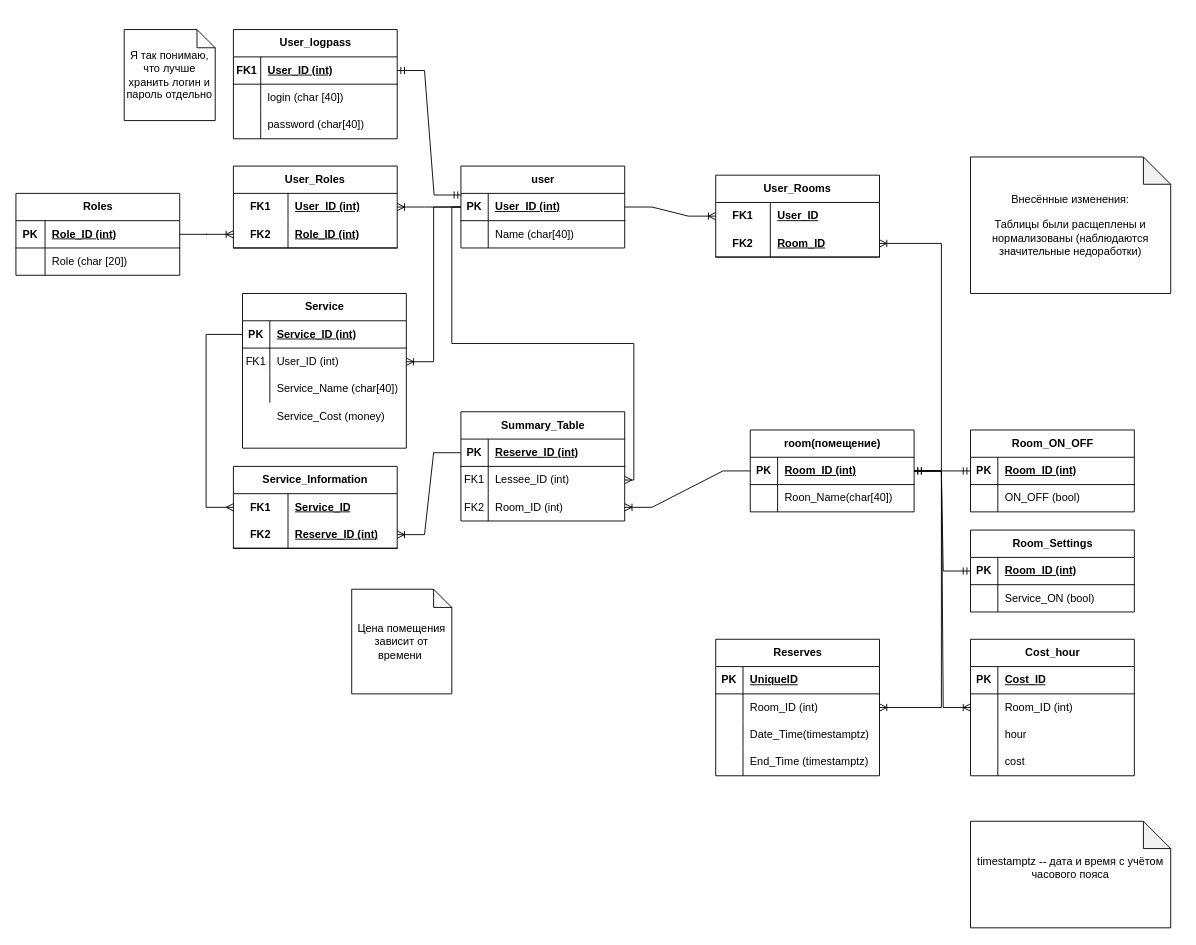
Earlier version of the draw.io diagram Диаграмма без названия.drawio (wsur/reserve_io). Source tidied: cells renumbered, new cells numbered last; positions are measured from the earlier drawing's top-left corner, leaving out a move shared by most shapes. Both pictures are drawn from the tidied source at 91%, with x=0, y=0 at pixel (15, 29).
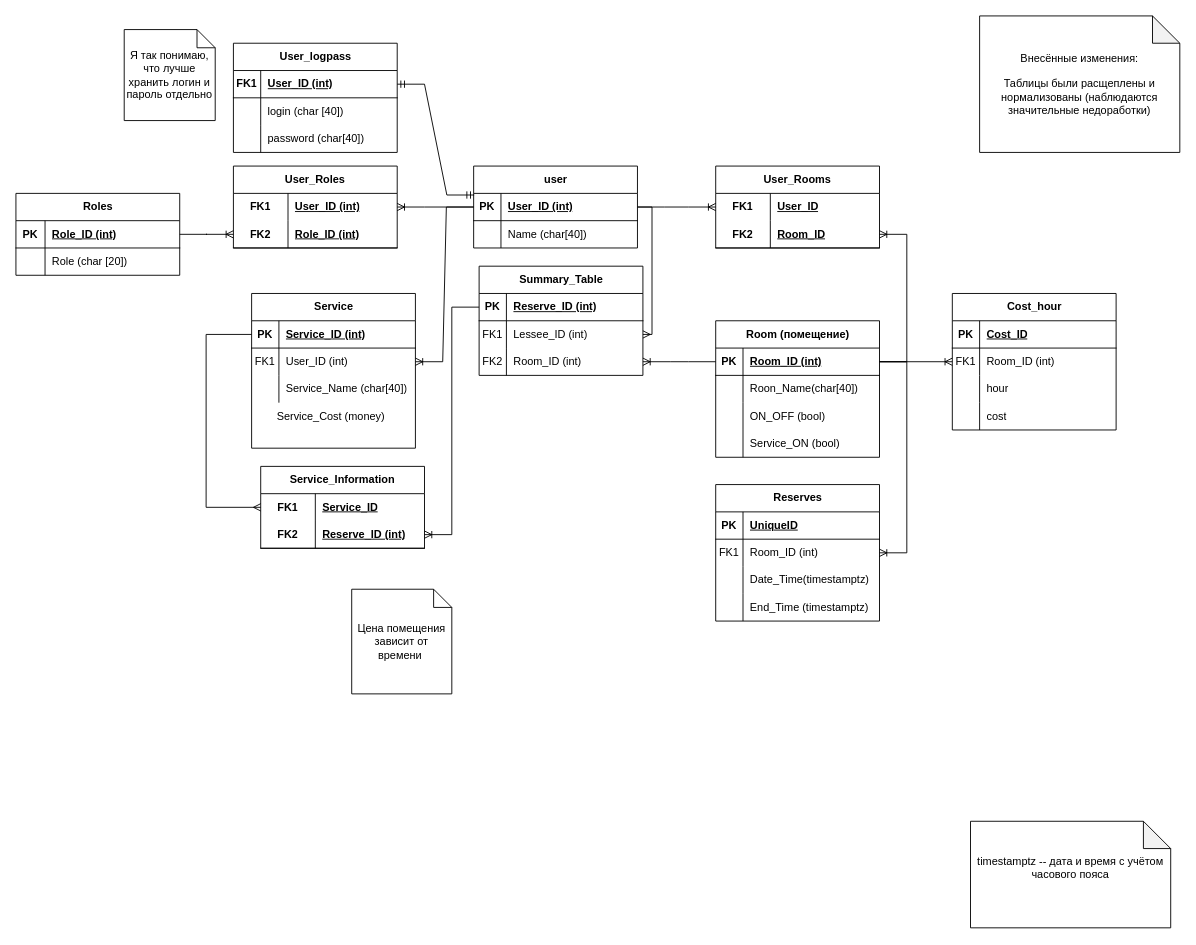
The same page after the edit.

Commit message:
Обновлены связи у таблиц и переделана Room

The change refers to these unchanged cells:
```xml
<mxCell id="10" style="shape=tableRow;horizontal=0;startSize=0;swimlaneHead=0;swimlaneBody=0;fillColor=none;points=[[0,0.5],[1,0.5]];portConstraint=eastwest;top=0;left=0;right=0;bottom=0;" parent="3" vertex="1">
  <mxGeometry y="90" width="180" height="30" as="geometry" />
</mxCell>
<mxCell id="83" style="shape=tableRow;horizontal=0;startSize=0;swimlaneHead=0;swimlaneBody=0;fillColor=none;points=[[0,0.5],[1,0.5]];portConstraint=eastwest;top=0;left=0;right=0;bottom=0;" parent="79" vertex="1">
  <mxGeometry y="60" width="180" height="30" as="geometry" />
</mxCell>
<mxCell id="96" style="shape=tableRow;horizontal=0;startSize=0;swimlaneHead=0;swimlaneBody=0;fillColor=none;points=[[0,0.5],[1,0.5]];portConstraint=eastwest;top=0;left=0;right=0;bottom=0;" parent="92" vertex="1">
  <mxGeometry y="60" width="180" height="30" as="geometry" />
</mxCell>
<mxCell id="144" style="shape=tableRow;horizontal=0;startSize=0;swimlaneHead=0;swimlaneBody=0;fillColor=none;points=[[0,0.5],[1,0.5]];portConstraint=eastwest;top=0;left=0;right=0;bottom=1;html=1;" parent="140" vertex="1">
  <mxGeometry y="60" width="180" height="30" as="geometry" />
</mxCell>
```

Change to the diagram source:
```diff
@@
     <mxCell id="2" value="Внесённые изменения:&lt;br&gt;&lt;div&gt;&lt;br&gt;Таблицы были расщеплены и нормализованы (наблюдаются значительные недоработки)&lt;/div&gt;" style="shape=note;whiteSpace=wrap;html=1;backgroundOutline=1;darkOpacity=0.05;" parent="1" vertex="1">
-      <mxGeometry x="1049" y="140" width="220" height="150" as="geometry" />
+      <mxGeometry x="1059" y="-15" width="220" height="150" as="geometry" />
     </mxCell>
     <mxCell id="3" value="Summary_Table" style="shape=table;startSize=30;childLayout=tableLayout;rowLines=0;fontStyle=1;align=center;html=1;" parent="1" vertex="1">
-      <mxGeometry x="489" y="420" width="180" height="120" as="geometry" />
+      <mxGeometry x="509" y="260" width="180" height="120" as="geometry" />
     </mxCell>
@@
     <mxCell id="13" style="group;" parent="1" vertex="1">
-      <mxGeometry x="489" y="150" width="180" height="90" as="geometry" />
+      <mxGeometry x="503" y="150" width="180" height="90" as="geometry" />
     </mxCell>
@@
     <mxCell id="29" value="Service_Information" style="shape=table;startSize=30;childLayout=tableLayout;rowLines=0;fontStyle=1;align=center;html=1;whiteSpace=wrap;" parent="1" vertex="1">
-      <mxGeometry x="239" y="480" width="180" height="90" as="geometry" />
+      <mxGeometry x="269" y="480" width="180" height="90" as="geometry" />
     </mxCell>
@@
-    <mxCell id="37" value="Room_ON_OFF" style="shape=table;startSize=30;childLayout=tableLayout;rowLines=0;fontStyle=1;align=center;html=1;" parent="1" vertex="1">
-      <mxGeometry x="1049" y="440" width="180" height="90" as="geometry" />
-    </mxCell>
-    <mxCell id="38" style="shape=tableRow;horizontal=0;startSize=0;swimlaneHead=0;swimlaneBody=0;fillColor=none;points=[[0,0.5],[1,0.5]];portConstraint=eastwest;top=0;left=0;right=0;bottom=1;" parent="37" vertex="1">
-      <mxGeometry y="30" width="180" height="30" as="geometry" />
-    </mxCell>
-    <mxCell id="39" value="PK" style="shape=partialRectangle;fillColor=none;top=0;left=0;bottom=0;right=0;fontStyle=1;overflow=hidden;whiteSpace=wrap;html=1;" parent="38" vertex="1">
-      <mxGeometry width="30" height="30" as="geometry" />
-    </mxCell>
-    <mxCell id="40" value="Room_ID (int)" style="shape=partialRectangle;fillColor=none;top=0;left=0;bottom=0;right=0;align=left;spacingLeft=6;fontStyle=5;overflow=hidden;whiteSpace=wrap;html=1;" parent="38" vertex="1">
-      <mxGeometry x="30" width="150" height="30" as="geometry" />
-    </mxCell>
-    <mxCell id="41" style="shape=tableRow;horizontal=0;startSize=0;swimlaneHead=0;swimlaneBody=0;fillColor=none;top=0;left=0;right=0;bottom=0;" parent="37" vertex="1">
-      <mxGeometry y="60" width="180" height="30" as="geometry" />
-    </mxCell>
-    <mxCell id="42" style="shape=partialRectangle;fillColor=none;top=0;left=0;bottom=0;right=0;overflow=hidden;whiteSpace=wrap;html=1;" parent="41" vertex="1">
-      <mxGeometry width="30" height="30" as="geometry" />
-    </mxCell>
-    <mxCell id="43" value="ON_OFF (bool)" style="shape=partialRectangle;fillColor=none;top=0;left=0;bottom=0;right=0;align=left;spacingLeft=6;overflow=hidden;whiteSpace=wrap;html=1;" parent="41" vertex="1">
-      <mxGeometry x="30" width="150" height="30" as="geometry" />
-    </mxCell>
-    <mxCell id="44" style="edgeStyle=entityRelationEdgeStyle;fontSize=12;html=1;endArrow=ERmandOne;startArrow=ERmandOne;rounded=0;exitX=1;exitY=0.5;exitDx=0;exitDy=0;" parent="1" edge="1" source="48" target="38">
-      <mxGeometry relative="1" as="geometry" />
-    </mxCell>
-    <mxCell id="45" style="group;" parent="1" vertex="1">
-      <mxGeometry x="807" y="440" width="180" height="90" as="geometry" />
-    </mxCell>
-    <mxCell id="46" style="group;" parent="45" vertex="1">
-      <mxGeometry width="180" height="90" as="geometry" />
-    </mxCell>
-    <mxCell id="47" value="room(помещение)" style="shape=table;startSize=30;childLayout=tableLayout;rowLines=0;fontStyle=1;align=center;html=1;" parent="46" vertex="1">
-      <mxGeometry width="180" height="90" as="geometry" />
-    </mxCell>
-    <mxCell id="48" style="shape=tableRow;horizontal=0;startSize=0;swimlaneHead=0;swimlaneBody=0;fillColor=none;points=[[0,0.5],[1,0.5]];portConstraint=eastwest;top=0;left=0;right=0;bottom=1;" parent="47" vertex="1">
-      <mxGeometry y="30" width="180" height="30" as="geometry" />
-    </mxCell>
-    <mxCell id="49" value="PK" style="shape=partialRectangle;fillColor=none;top=0;left=0;bottom=0;right=0;fontStyle=1;overflow=hidden;whiteSpace=wrap;html=1;" parent="48" vertex="1">
-      <mxGeometry width="30" height="30" as="geometry" />
-    </mxCell>
-    <mxCell id="50" value="Room_ID (int)" style="shape=partialRectangle;fillColor=none;top=0;left=0;bottom=0;right=0;align=left;spacingLeft=6;fontStyle=5;overflow=hidden;whiteSpace=wrap;html=1;" parent="48" vertex="1">
-      <mxGeometry x="30" width="150" height="30" as="geometry" />
-    </mxCell>
-    <mxCell id="51" style="shape=tableRow;horizontal=0;startSize=0;swimlaneHead=0;swimlaneBody=0;fillColor=none;top=0;left=0;right=0;bottom=0;" parent="47" vertex="1">
-      <mxGeometry y="60" width="180" height="30" as="geometry" />
-    </mxCell>
-    <mxCell id="52" style="shape=partialRectangle;fillColor=none;top=0;left=0;bottom=0;right=0;overflow=hidden;whiteSpace=wrap;html=1;" parent="51" vertex="1">
-      <mxGeometry width="30" height="30" as="geometry" />
-    </mxCell>
-    <mxCell id="53" value="Roon_Name(char[40])" style="shape=partialRectangle;fillColor=none;top=0;left=0;bottom=0;right=0;align=left;spacingLeft=6;overflow=hidden;whiteSpace=wrap;html=1;" parent="51" vertex="1">
-      <mxGeometry x="30" width="150" height="30" as="geometry" />
-    </mxCell>
-    <mxCell id="54" style="shape=partialRectangle;fillColor=none;top=0;left=0;bottom=0;right=0;overflow=hidden;whiteSpace=wrap;html=1;" parent="46" vertex="1">
-      <mxGeometry y="49.2" width="30" height="10.5" as="geometry" />
-    </mxCell>
-    <mxCell id="55" style="shape=partialRectangle;fillColor=none;top=0;left=0;bottom=0;right=0;align=left;spacingLeft=6;overflow=hidden;whiteSpace=wrap;html=1;" parent="46" vertex="1">
-      <mxGeometry x="30" y="54" width="150" height="10.5" as="geometry" />
-    </mxCell>
-    <mxCell id="56" style="shape=partialRectangle;fillColor=none;top=0;left=0;bottom=0;right=0;overflow=hidden;whiteSpace=wrap;html=1;" parent="46" vertex="1">
-      <mxGeometry y="59.7" width="30" height="10.5" as="geometry" />
-    </mxCell>
-    <mxCell id="57" style="shape=tableRow;horizontal=0;startSize=0;swimlaneHead=0;swimlaneBody=0;fillColor=none;top=0;left=0;right=0;bottom=0;" parent="45" vertex="1">
-      <mxGeometry y="74.3" width="180" height="11.7" as="geometry" />
-    </mxCell>
-    <mxCell id="58" style="shape=partialRectangle;fillColor=none;top=0;left=0;bottom=0;right=0;overflow=hidden;whiteSpace=wrap;html=1;" parent="57" vertex="1">
-      <mxGeometry width="30" height="11.7" as="geometry" />
-    </mxCell>
-    <mxCell id="59" value="Room_Settings" style="shape=table;startSize=30;childLayout=tableLayout;rowLines=0;fontStyle=1;align=center;html=1;" parent="1" vertex="1">
-      <mxGeometry x="1049" y="550" width="180" height="90" as="geometry" />
-    </mxCell>
-    <mxCell id="60" style="shape=tableRow;horizontal=0;startSize=0;swimlaneHead=0;swimlaneBody=0;fillColor=none;points=[[0,0.5],[1,0.5]];portConstraint=eastwest;top=0;left=0;right=0;bottom=1;" parent="59" vertex="1">
-      <mxGeometry y="30" width="180" height="30" as="geometry" />
-    </mxCell>
-    <mxCell id="61" value="PK" style="shape=partialRectangle;fillColor=none;top=0;left=0;bottom=0;right=0;fontStyle=1;overflow=hidden;whiteSpace=wrap;html=1;" parent="60" vertex="1">
-      <mxGeometry width="30" height="30" as="geometry" />
-    </mxCell>
-    <mxCell id="62" value="Room_ID (int)" style="shape=partialRectangle;fillColor=none;top=0;left=0;bottom=0;right=0;align=left;spacingLeft=6;fontStyle=5;overflow=hidden;whiteSpace=wrap;html=1;" parent="60" vertex="1">
-      <mxGeometry x="30" width="150" height="30" as="geometry" />
-    </mxCell>
-    <mxCell id="63" style="shape=tableRow;horizontal=0;startSize=0;swimlaneHead=0;swimlaneBody=0;fillColor=none;top=0;left=0;right=0;bottom=0;" parent="59" vertex="1">
-      <mxGeometry y="60" width="180" height="30" as="geometry" />
-    </mxCell>
-    <mxCell id="64" style="shape=partialRectangle;fillColor=none;top=0;left=0;bottom=0;right=0;overflow=hidden;whiteSpace=wrap;html=1;" parent="63" vertex="1">
-      <mxGeometry width="30" height="30" as="geometry" />
-    </mxCell>
-    <mxCell id="65" value="Service_ON (bool)" style="shape=partialRectangle;fillColor=none;top=0;left=0;bottom=0;right=0;align=left;spacingLeft=6;overflow=hidden;whiteSpace=wrap;html=1;" parent="63" vertex="1">
-      <mxGeometry x="30" width="150" height="30" as="geometry" />
-    </mxCell>
-    <mxCell id="66" style="edgeStyle=entityRelationEdgeStyle;fontSize=12;html=1;endArrow=ERmandOne;startArrow=ERmandOne;rounded=0;" parent="1" edge="1" source="48" target="60">
-      <mxGeometry relative="1" as="geometry" />
-    </mxCell>
     <mxCell id="67" value="Service" style="shape=table;startSize=30;childLayout=tableLayout;rowLines=0;fontStyle=1;align=center;html=1;" parent="1" vertex="1">
-      <mxGeometry x="249" y="290" width="180" height="170" as="geometry" />
+      <mxGeometry x="259" y="290" width="180" height="170" as="geometry" />
     </mxCell>
@@
     <mxCell id="79" value="Reserves" style="shape=table;startSize=30;childLayout=tableLayout;rowLines=0;fontStyle=1;align=center;html=1;" parent="1" vertex="1">
-      <mxGeometry x="769" y="670" width="180" height="150" as="geometry" />
+      <mxGeometry x="769" y="500" width="180" height="150" as="geometry" />
     </mxCell>
@@
-    <mxCell id="84" style="shape=partialRectangle;fillColor=none;top=0;left=0;bottom=0;right=0;overflow=hidden;whiteSpace=wrap;html=1;" parent="83" vertex="1">
+    <mxCell id="84" value="FK1" style="shape=partialRectangle;fillColor=none;top=0;left=0;bottom=0;right=0;overflow=hidden;whiteSpace=wrap;html=1;" parent="83" vertex="1">
       <mxGeometry width="30" height="30" as="geometry" />
     </mxCell>
@@
     <mxCell id="92" value="Cost_hour" style="shape=table;startSize=30;childLayout=tableLayout;rowLines=0;fontStyle=1;align=center;html=1;" parent="1" vertex="1">
-      <mxGeometry x="1049" y="670" width="180" height="150" as="geometry" />
+      <mxGeometry x="1029" y="290" width="180" height="150" as="geometry" />
     </mxCell>
@@
-    <mxCell id="97" style="shape=partialRectangle;fillColor=none;top=0;left=0;bottom=0;right=0;overflow=hidden;whiteSpace=wrap;html=1;" parent="96" vertex="1">
+    <mxCell id="97" value="FK1" style="shape=partialRectangle;fillColor=none;top=0;left=0;bottom=0;right=0;overflow=hidden;whiteSpace=wrap;html=1;" parent="96" vertex="1">
       <mxGeometry width="30" height="30" as="geometry" />
     </mxCell>
@@
-    <mxCell id="106" style="edgeStyle=entityRelationEdgeStyle;fontSize=12;html=1;endArrow=ERoneToMany;rounded=0;" parent="1" edge="1" source="48" target="83">
+    <mxCell id="106" style="edgeStyle=entityRelationEdgeStyle;fontSize=12;html=1;endArrow=ERoneToMany;rounded=0;" parent="1" edge="1" source="150" target="83">
       <mxGeometry relative="1" as="geometry" />
     </mxCell>
-    <mxCell id="107" style="edgeStyle=entityRelationEdgeStyle;fontSize=12;html=1;endArrow=ERoneToMany;rounded=0;" parent="1" edge="1" source="48" target="96">
+    <mxCell id="107" style="edgeStyle=entityRelationEdgeStyle;fontSize=12;html=1;endArrow=ERoneToMany;rounded=0;" parent="1" edge="1" source="150" target="96">
       <mxGeometry relative="1" as="geometry" />
     </mxCell>
     <mxCell id="108" value="User_logpass" style="shape=table;startSize=30;childLayout=tableLayout;rowLines=0;fontStyle=1;align=center;html=1;" parent="1" vertex="1">
-      <mxGeometry x="239" width="180" height="120" as="geometry" />
+      <mxGeometry x="239" y="15" width="180" height="120" as="geometry" />
     </mxCell>
@@
-    <mxCell id="139" style="edgeStyle=entityRelationEdgeStyle;fontSize=12;html=1;endArrow=ERoneToMany;rounded=0;entryX=1;entryY=0.5;entryDx=0;entryDy=0;" parent="1" edge="1" source="48" target="10">
+    <mxCell id="139" style="edgeStyle=entityRelationEdgeStyle;fontSize=12;html=1;endArrow=ERoneToMany;rounded=0;entryX=1;entryY=0.5;entryDx=0;entryDy=0;" parent="1" edge="1" source="150" target="10">
       <mxGeometry relative="1" as="geometry" />
     </mxCell>
     <mxCell id="140" value="User_Rooms" style="shape=table;startSize=30;childLayout=tableLayout;rowLines=0;fontStyle=1;align=center;html=1;whiteSpace=wrap;" parent="1" vertex="1">
-      <mxGeometry x="769" y="160" width="180" height="90" as="geometry" />
+      <mxGeometry x="769" y="150" width="180" height="90" as="geometry" />
     </mxCell>
@@
-    <mxCell id="148" style="edgeStyle=entityRelationEdgeStyle;fontSize=12;html=1;endArrow=ERoneToMany;rounded=0;" parent="1" edge="1" source="48" target="144">
+    <mxCell id="148" style="edgeStyle=entityRelationEdgeStyle;fontSize=12;html=1;endArrow=ERoneToMany;rounded=0;" parent="1" edge="1" source="150" target="144">
       <mxGeometry relative="1" as="geometry" />
     </mxCell>
+    <mxCell id="149" value="Room (помещение)" style="shape=table;startSize=30;childLayout=tableLayout;rowLines=0;fontStyle=1;align=center;html=1;" parent="1" vertex="1">
+      <mxGeometry x="769" y="320" width="180" height="150" as="geometry" />
+    </mxCell>
+    <mxCell id="150" style="shape=tableRow;horizontal=0;startSize=0;swimlaneHead=0;swimlaneBody=0;fillColor=none;points=[[0,0.5],[1,0.5]];portConstraint=eastwest;top=0;left=0;right=0;bottom=1;" parent="149" vertex="1">
+      <mxGeometry y="30" width="180" height="30" as="geometry" />
+    </mxCell>
+    <mxCell id="151" value="PK" style="shape=partialRectangle;fillColor=none;top=0;left=0;bottom=0;right=0;fontStyle=1;overflow=hidden;whiteSpace=wrap;html=1;" parent="150" vertex="1">
+      <mxGeometry width="30" height="30" as="geometry" />
+    </mxCell>
+    <mxCell id="152" value="Room_ID (int)" style="shape=partialRectangle;fillColor=none;top=0;left=0;bottom=0;right=0;align=left;spacingLeft=6;fontStyle=5;overflow=hidden;whiteSpace=wrap;html=1;" parent="150" vertex="1">
+      <mxGeometry x="30" width="150" height="30" as="geometry" />
+    </mxCell>
+    <mxCell id="153" style="shape=tableRow;horizontal=0;startSize=0;swimlaneHead=0;swimlaneBody=0;fillColor=none;top=0;left=0;right=0;bottom=0;" parent="149" vertex="1">
+      <mxGeometry y="60" width="180" height="30" as="geometry" />
+    </mxCell>
+    <mxCell id="154" style="shape=partialRectangle;fillColor=none;top=0;left=0;bottom=0;right=0;overflow=hidden;whiteSpace=wrap;html=1;" parent="153" vertex="1">
+      <mxGeometry width="30" height="30" as="geometry" />
+    </mxCell>
+    <mxCell id="53" value="Roon_Name(char[40])" style="shape=partialRectangle;fillColor=none;top=0;left=0;bottom=0;right=0;align=left;spacingLeft=6;overflow=hidden;whiteSpace=wrap;html=1;" parent="153" vertex="1">
+      <mxGeometry x="30" width="150" height="30" as="geometry" />
+    </mxCell>
+    <mxCell id="155" style="shape=tableRow;horizontal=0;startSize=0;swimlaneHead=0;swimlaneBody=0;fillColor=none;top=0;left=0;right=0;bottom=0;" parent="149" vertex="1">
+      <mxGeometry y="90" width="180" height="30" as="geometry" />
+    </mxCell>
+    <mxCell id="156" style="shape=partialRectangle;fillColor=none;top=0;left=0;bottom=0;right=0;overflow=hidden;whiteSpace=wrap;html=1;" parent="155" vertex="1">
+      <mxGeometry width="30" height="30" as="geometry" />
+    </mxCell>
+    <mxCell id="43" value="ON_OFF (bool)" style="shape=partialRectangle;fillColor=none;top=0;left=0;bottom=0;right=0;align=left;spacingLeft=6;overflow=hidden;whiteSpace=wrap;html=1;" parent="155" vertex="1">
+      <mxGeometry x="30" width="150" height="30" as="geometry" />
+    </mxCell>
+    <mxCell id="157" style="shape=tableRow;horizontal=0;startSize=0;swimlaneHead=0;swimlaneBody=0;fillColor=none;top=0;left=0;right=0;bottom=0;" parent="149" vertex="1">
+      <mxGeometry y="120" width="180" height="30" as="geometry" />
+    </mxCell>
+    <mxCell id="158" style="shape=partialRectangle;fillColor=none;top=0;left=0;bottom=0;right=0;overflow=hidden;whiteSpace=wrap;html=1;" parent="157" vertex="1">
+      <mxGeometry width="30" height="30" as="geometry" />
+    </mxCell>
+    <mxCell id="65" value="Service_ON (bool)" style="shape=partialRectangle;fillColor=none;top=0;left=0;bottom=0;right=0;align=left;spacingLeft=6;overflow=hidden;whiteSpace=wrap;html=1;" parent="157" vertex="1">
+      <mxGeometry x="30" width="150" height="30" as="geometry" />
+    </mxCell>
```
